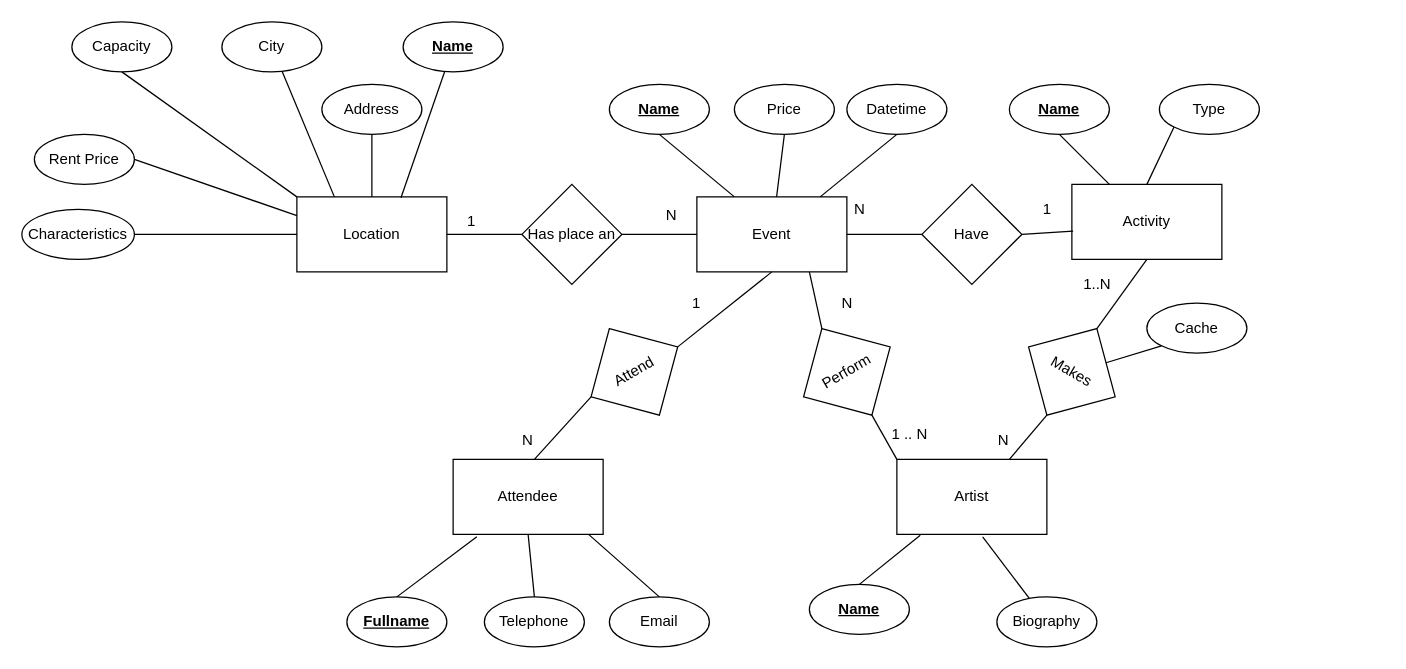
This is Solution/DER-Empresa_Eventos.drawio from PabloPaezSheridan/EventsEnterpriseSQLDesign, a draw.io file, before an edit. Source tidied: cells renumbered, new cells numbered last; positions are measured from the earlier drawing's top-left corner, leaving out a move shared by most shapes. Both pictures are drawn from the tidied source at 125%, with x=0, y=0 at pixel (21, 21).
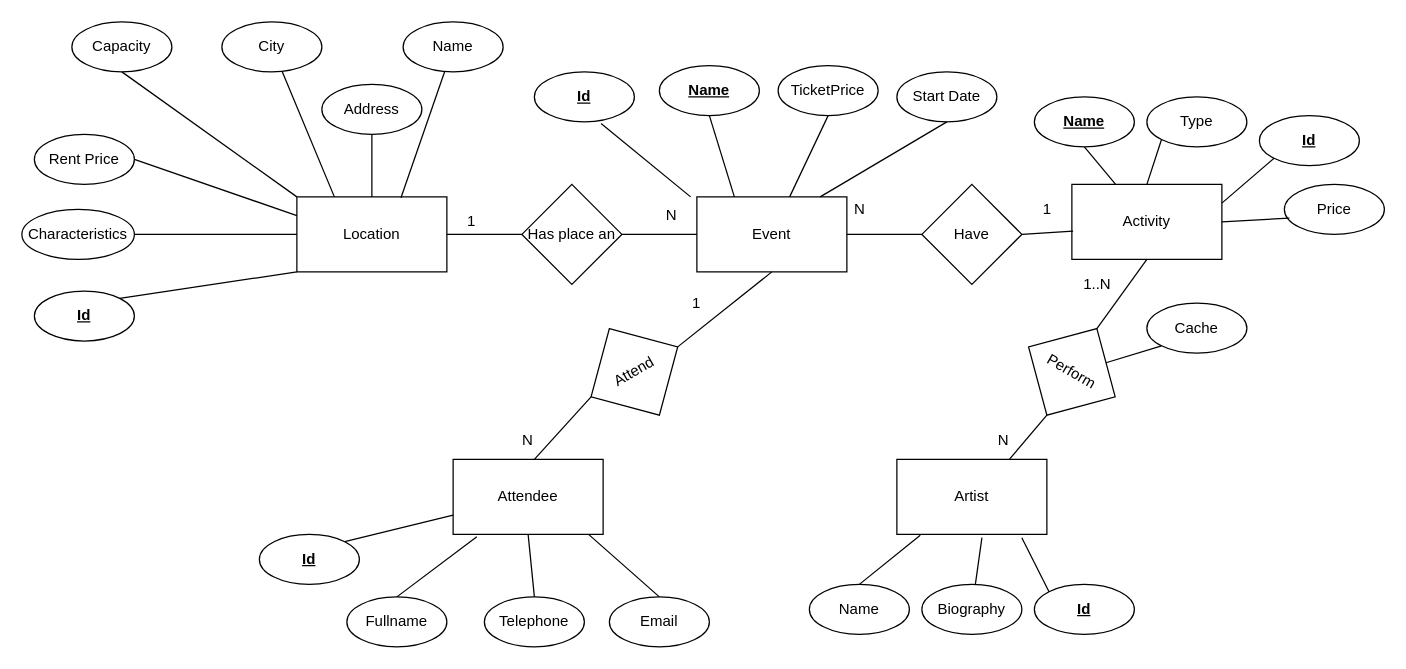
Above is the later version.

Unchanged cells that the change refers to:
```xml
<mxCell id="2" value="Event" style="rounded=0;whiteSpace=wrap;html=1;" parent="1" vertex="1">
  <mxGeometry x="540" y="140" width="120" height="60" as="geometry" />
</mxCell>
<mxCell id="3" value="Location" style="rounded=0;whiteSpace=wrap;html=1;" parent="1" vertex="1">
  <mxGeometry x="220" y="140" width="120" height="60" as="geometry" />
</mxCell>
<mxCell id="4" value="Artist" style="rounded=0;whiteSpace=wrap;html=1;" parent="1" vertex="1">
  <mxGeometry x="700" y="350" width="120" height="60" as="geometry" />
</mxCell>
<mxCell id="5" value="Attendee" style="rounded=0;whiteSpace=wrap;html=1;" parent="1" vertex="1">
  <mxGeometry x="345" y="350" width="120" height="60" as="geometry" />
</mxCell>
<mxCell id="33" value="Activity" style="rounded=0;whiteSpace=wrap;html=1;" parent="1" vertex="1">
  <mxGeometry x="840" y="130" width="120" height="60" as="geometry" />
</mxCell>
<mxCell id="40" value="N" style="text;html=1;strokeColor=none;fillColor=none;align=center;verticalAlign=middle;whiteSpace=wrap;rounded=0;" parent="1" vertex="1">
  <mxGeometry x="490" y="140" width="60" height="30" as="geometry" />
</mxCell>
```

Diff of the diagram source:
```diff
@@
-    <mxCell id="6" value="&lt;b&gt;&lt;u&gt;Name&lt;/u&gt;&lt;/b&gt;" style="ellipse;whiteSpace=wrap;html=1;" parent="1" vertex="1">
+    <mxCell id="6" value="Name" style="ellipse;whiteSpace=wrap;html=1;" parent="1" vertex="1">
       <mxGeometry x="630" y="450" width="80" height="40" as="geometry" />
     </mxCell>
@@
     <mxCell id="8" value="Biography" style="ellipse;whiteSpace=wrap;html=1;" parent="1" vertex="1">
-      <mxGeometry x="780" y="460" width="80" height="40" as="geometry" />
+      <mxGeometry x="720" y="450" width="80" height="40" as="geometry" />
     </mxCell>
-    <mxCell id="9" style="endArrow=none;html=1;entryX=0.572;entryY=1.033;entryDx=0;entryDy=0;entryPerimeter=0;" parent="1" edge="1" source="8" target="4">
+    <mxCell id="9" style="endArrow=none;html=1;entryX=0.567;entryY=1.044;entryDx=0;entryDy=0;entryPerimeter=0;" parent="1" edge="1" source="8" target="4">
       <mxGeometry relative="1" as="geometry" />
     </mxCell>
@@
-    <mxCell id="13" value="&lt;u&gt;&lt;b&gt;Name&lt;/b&gt;&lt;/u&gt;" style="ellipse;whiteSpace=wrap;html=1;" parent="1" vertex="1">
+    <mxCell id="13" value="Name" style="ellipse;whiteSpace=wrap;html=1;" parent="1" vertex="1">
       <mxGeometry x="305" width="80" height="40" as="geometry" />
     </mxCell>
@@
     <mxCell id="22" value="&lt;b&gt;&lt;u&gt;Name&lt;/u&gt;&lt;/b&gt;" style="ellipse;whiteSpace=wrap;html=1;" parent="1" vertex="1">
-      <mxGeometry x="470" y="50" width="80" height="40" as="geometry" />
+      <mxGeometry x="510" y="35" width="80" height="40" as="geometry" />
     </mxCell>
-    <mxCell id="23" value="Price" style="ellipse;whiteSpace=wrap;html=1;" parent="1" vertex="1">
-      <mxGeometry x="570" y="50" width="80" height="40" as="geometry" />
+    <mxCell id="23" value="TicketPrice" style="ellipse;whiteSpace=wrap;html=1;" parent="1" vertex="1">
+      <mxGeometry x="605" y="35" width="80" height="40" as="geometry" />
     </mxCell>
@@
     <mxCell id="26" value="Type" style="ellipse;whiteSpace=wrap;html=1;" parent="1" vertex="1">
-      <mxGeometry x="910" y="50" width="80" height="40" as="geometry" />
+      <mxGeometry x="900" y="60" width="80" height="40" as="geometry" />
     </mxCell>
-    <mxCell id="27" value="&lt;b&gt;&lt;u&gt;Fullname&lt;/u&gt;&lt;/b&gt;" style="ellipse;whiteSpace=wrap;html=1;" parent="1" vertex="1">
+    <mxCell id="27" value="Fullname" style="ellipse;whiteSpace=wrap;html=1;" parent="1" vertex="1">
       <mxGeometry x="260" y="460" width="80" height="40" as="geometry" />
     </mxCell>
@@
     <mxCell id="34" value="&lt;b&gt;&lt;u&gt;Name&lt;/u&gt;&lt;/b&gt;" style="ellipse;whiteSpace=wrap;html=1;" parent="1" vertex="1">
-      <mxGeometry x="790" y="50" width="80" height="40" as="geometry" />
+      <mxGeometry x="810" y="60" width="80" height="40" as="geometry" />
     </mxCell>
@@
-    <mxCell id="47" value="Datetime" style="ellipse;whiteSpace=wrap;html=1;" parent="1" vertex="1">
-      <mxGeometry x="660" y="50" width="80" height="40" as="geometry" />
+    <mxCell id="47" value="Start Date" style="ellipse;whiteSpace=wrap;html=1;" parent="1" vertex="1">
+      <mxGeometry x="700" y="40" width="80" height="40" as="geometry" />
     </mxCell>
@@
-    <mxCell id="50" value="Perform" style="rhombus;whiteSpace=wrap;html=1;rotation=-30;" parent="1" vertex="1">
-      <mxGeometry x="620" y="240" width="80" height="80" as="geometry" />
-    </mxCell>
-    <mxCell id="51" value="Makes" style="rhombus;whiteSpace=wrap;html=1;rotation=30;" parent="1" vertex="1">
+    <mxCell id="51" value="Perform" style="rhombus;whiteSpace=wrap;html=1;rotation=30;" parent="1" vertex="1">
       <mxGeometry x="800" y="240" width="80" height="80" as="geometry" />
     </mxCell>
@@
-    <mxCell id="53" style="endArrow=none;html=1;entryX=0.75;entryY=1;entryDx=0;entryDy=0;exitX=0.5;exitY=0;exitDx=0;exitDy=0;" parent="1" edge="1" source="50" target="2">
-      <mxGeometry relative="1" as="geometry" />
-    </mxCell>
-    <mxCell id="54" style="endArrow=none;html=1;entryX=0.5;entryY=1;entryDx=0;entryDy=0;exitX=0;exitY=0;exitDx=0;exitDy=0;" parent="1" edge="1" source="4" target="50">
-      <mxGeometry relative="1" as="geometry" />
-    </mxCell>
@@
-    <mxCell id="60" value="N" style="text;html=1;align=center;verticalAlign=middle;strokeColor=none;fillColor=none;" parent="1" vertex="1">
-      <mxGeometry x="645" y="210" width="30" height="30" as="geometry" />
-    </mxCell>
-    <mxCell id="61" value="1 .. N" style="text;html=1;align=center;verticalAlign=middle;strokeColor=none;fillColor=none;" parent="1" vertex="1">
-      <mxGeometry x="685" y="315" width="50" height="30" as="geometry" />
-    </mxCell>
@@
+    <mxCell id="66" value="&lt;b&gt;&lt;u&gt;Id&lt;/u&gt;&lt;/b&gt;" style="ellipse;whiteSpace=wrap;html=1;" parent="1" vertex="1">
+      <mxGeometry x="190" y="410" width="80" height="40" as="geometry" />
+    </mxCell>
+    <mxCell id="67" style="endArrow=none;html=1;exitX=1;exitY=0;exitDx=0;exitDy=0;" parent="1" edge="1" source="66" target="5">
+      <mxGeometry relative="1" as="geometry" />
+    </mxCell>
+    <mxCell id="68" value="&lt;b&gt;&lt;u&gt;Id&lt;/u&gt;&lt;/b&gt;" style="ellipse;whiteSpace=wrap;html=1;" parent="1" vertex="1">
+      <mxGeometry x="10" y="215.3" width="80" height="40" as="geometry" />
+    </mxCell>
+    <mxCell id="69" style="endArrow=none;html=1;exitX=1;exitY=0;exitDx=0;exitDy=0;entryX=0;entryY=1;entryDx=0;entryDy=0;" parent="1" edge="1" source="68" target="3">
+      <mxGeometry relative="1" as="geometry" />
+    </mxCell>
+    <mxCell id="70" value="&lt;b&gt;&lt;u&gt;Id&lt;/u&gt;&lt;/b&gt;" style="ellipse;whiteSpace=wrap;html=1;" parent="1" vertex="1">
+      <mxGeometry x="810" y="450" width="80" height="40" as="geometry" />
+    </mxCell>
+    <mxCell id="71" style="endArrow=none;html=1;exitX=0;exitY=0;exitDx=0;exitDy=0;entryX=0.833;entryY=1.044;entryDx=0;entryDy=0;entryPerimeter=0;" parent="1" edge="1" source="70" target="4">
+      <mxGeometry relative="1" as="geometry" />
+    </mxCell>
+    <mxCell id="72" value="&lt;b&gt;&lt;u&gt;Id&lt;/u&gt;&lt;/b&gt;" style="ellipse;whiteSpace=wrap;html=1;" parent="1" vertex="1">
+      <mxGeometry x="990" y="75" width="80" height="40" as="geometry" />
+    </mxCell>
+    <mxCell id="73" style="endArrow=none;html=1;exitX=0;exitY=1;exitDx=0;exitDy=0;entryX=1;entryY=0.25;entryDx=0;entryDy=0;" parent="1" edge="1" source="72" target="33">
+      <mxGeometry relative="1" as="geometry" />
+    </mxCell>
+    <mxCell id="74" value="&lt;b&gt;&lt;u&gt;Id&lt;/u&gt;&lt;/b&gt;" style="ellipse;whiteSpace=wrap;html=1;" parent="1" vertex="1">
+      <mxGeometry x="410" y="40" width="80" height="40" as="geometry" />
+    </mxCell>
+    <mxCell id="75" style="endArrow=none;html=1;exitX=0.667;exitY=1.033;exitDx=0;exitDy=0;exitPerimeter=0;entryX=0.75;entryY=0;entryDx=0;entryDy=0;" parent="1" edge="1" source="74" target="40">
+      <mxGeometry relative="1" as="geometry" />
+    </mxCell>
+    <mxCell id="76" value="Price" style="ellipse;whiteSpace=wrap;html=1;" parent="1" vertex="1">
+      <mxGeometry x="1010" y="130" width="80" height="40" as="geometry" />
+    </mxCell>
+    <mxCell id="77" style="endArrow=none;html=1;entryX=0.05;entryY=0.675;entryDx=0;entryDy=0;entryPerimeter=0;exitX=1;exitY=0.5;exitDx=0;exitDy=0;" parent="1" edge="1" source="33" target="76">
+      <mxGeometry relative="1" as="geometry" />
+    </mxCell>
```
